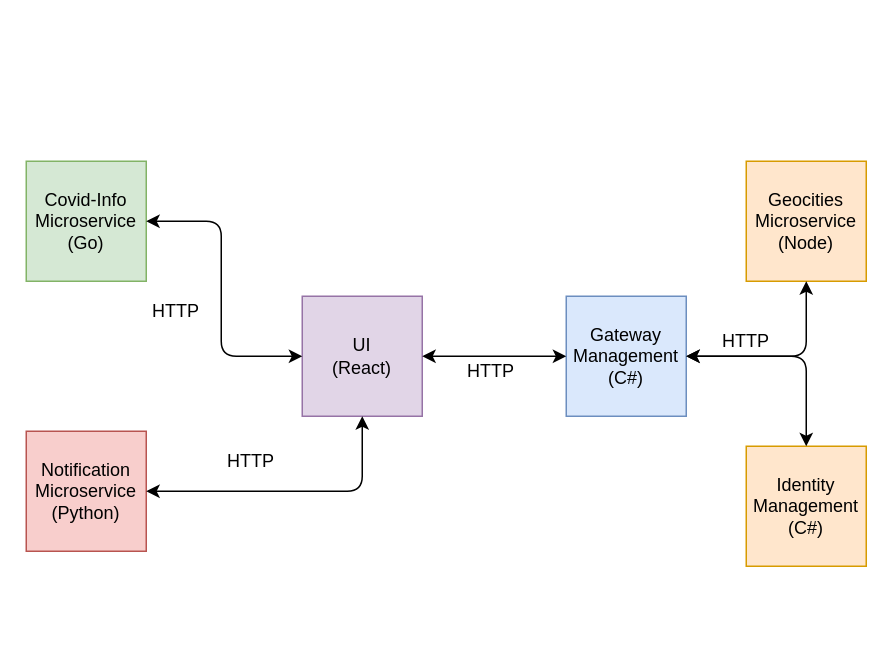
Above: src/images/vista_general_arquitectura.drawio in tfg2021-escinf-una/tfg2021-escinf-una.github.io (draw.io), before the change. Source tidied: cells renumbered, new cells numbered last; positions are measured from the earlier drawing's top-left corner, leaving out a move shared by most shapes. Both pictures are drawn from the tidied source at 150%, with x=0, y=0 at pixel (26, 160).
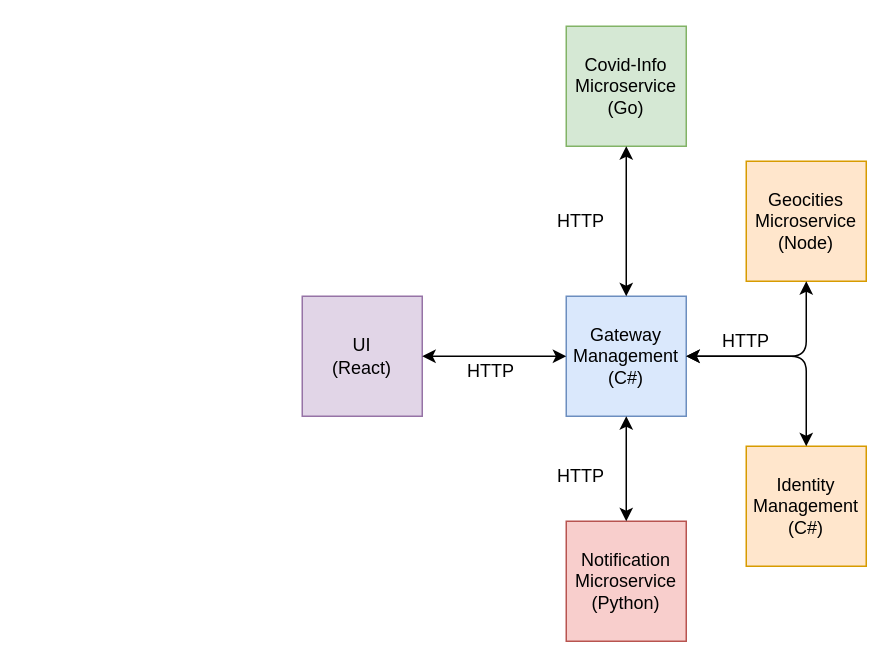
After the change.

Unchanged cells that the change refers to:
```xml
<mxCell id="2" value="UI&lt;br&gt;(React)" style="whiteSpace=wrap;html=1;fillColor=#e1d5e7;strokeColor=#9673a6;" parent="1" vertex="1">
  <mxGeometry x="184" y="90" width="80" height="80" as="geometry" />
</mxCell>
<mxCell id="5" value="Gateway&lt;br&gt;Management&lt;br&gt;(C#)" style="whiteSpace=wrap;html=1;fillColor=#dae8fc;strokeColor=#6c8ebf;" parent="1" vertex="1">
  <mxGeometry x="360" y="90" width="80" height="80" as="geometry" />
</mxCell>
```

Change to the diagram source:
```diff
@@
     <mxCell id="3" value="Notification Microservice&lt;br&gt;(Python)" style="whiteSpace=wrap;html=1;fillColor=#f8cecc;strokeColor=#b85450;" parent="1" vertex="1">
-      <mxGeometry y="180" width="80" height="80" as="geometry" />
+      <mxGeometry x="360" y="240" width="80" height="80" as="geometry" />
     </mxCell>
     <mxCell id="4" value="Covid-Info&lt;br&gt;Microservice&lt;br&gt;(Go)" style="whiteSpace=wrap;html=1;fillColor=#d5e8d4;strokeColor=#82b366;" parent="1" vertex="1">
-      <mxGeometry width="80" height="80" as="geometry" />
+      <mxGeometry x="360" y="-90" width="80" height="80" as="geometry" />
     </mxCell>
@@
-    <mxCell id="8" style="startArrow=classic;endArrow=classic;html=1;exitX=1;exitY=0.5;exitDx=0;exitDy=0;entryX=0;entryY=0.5;entryDx=0;entryDy=0;" parent="1" edge="1" source="4" target="2">
-      <mxGeometry relative="1" as="geometry">
-        <Array as="points">
-          <mxPoint x="130" y="40" />
-          <mxPoint x="130" y="130" />
-        </Array>
-      </mxGeometry>
+    <mxCell id="8" style="startArrow=classic;endArrow=classic;html=1;exitX=0.5;exitY=1;exitDx=0;exitDy=0;entryX=0.5;entryY=0;entryDx=0;entryDy=0;" parent="1" edge="1" source="4" target="5">
+      <mxGeometry relative="1" as="geometry" />
     </mxCell>
-    <mxCell id="9" style="endArrow=classic;html=1;exitX=0.5;exitY=1;exitDx=0;exitDy=0;entryX=1;entryY=0.5;entryDx=0;entryDy=0;startArrow=classic;" parent="1" edge="1" source="2" target="3">
+    <mxCell id="9" style="endArrow=classic;html=1;exitX=0.5;exitY=1;exitDx=0;exitDy=0;entryX=0.5;entryY=0;entryDx=0;entryDy=0;startArrow=classic;" parent="1" edge="1" source="5" target="3">
       <mxGeometry relative="1" as="geometry">
         <Array as="points">
-          <mxPoint x="224" y="220" />
+          <mxPoint x="400" y="240" />
         </Array>
       </mxGeometry>
     </mxCell>
     <mxCell id="10" value="HTTP" style="text;html=1;strokeColor=none;fillColor=none;align=center;verticalAlign=middle;whiteSpace=wrap;rounded=0;" parent="1" vertex="1">
-      <mxGeometry x="80" y="90" width="40" height="20" as="geometry" />
+      <mxGeometry x="350" y="30" width="40" height="20" as="geometry" />
     </mxCell>
     <mxCell id="11" value="HTTP" style="text;html=1;strokeColor=none;fillColor=none;align=center;verticalAlign=middle;whiteSpace=wrap;rounded=0;" parent="1" vertex="1">
-      <mxGeometry x="130" y="190" width="40" height="20" as="geometry" />
+      <mxGeometry x="350" y="200" width="40" height="20" as="geometry" />
     </mxCell>
```
